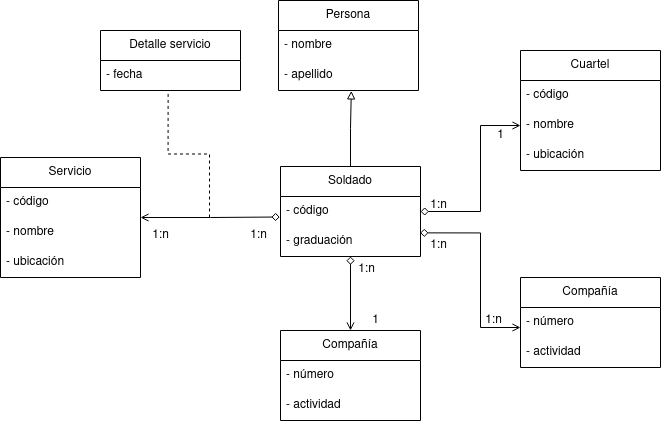
colidom/ets keeps this draw.io diagram as Tema 5. Diagramas de clase/Tarea 3. Ministerio defensa/img/MinisterioDefensa.drawio.png. Above is the earlier version. Source tidied: cells renumbered, new cells last; positions are measured from the earlier drawing's top-left corner, leaving out a move shared by most shapes.
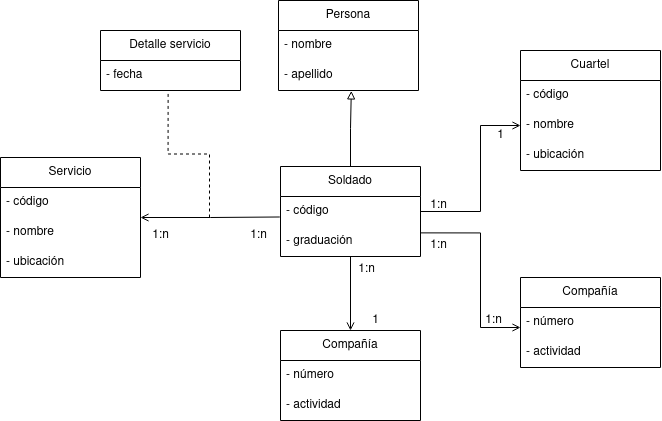
The same diagram one commit later.

The edit, as a diff of the source:
```diff
@@ -14,7 +14,7 @@
     <mxCell id="5" style="edgeStyle=orthogonalEdgeStyle;rounded=0;jettySize=auto;html=1;entryX=0.52;entryY=1.014;entryDx=0;entryDy=0;endArrow=block;endFill=0;startArrow=none;startFill=0;entryPerimeter=0;" parent="1" edge="1" source="8" target="4">
       <mxGeometry relative="1" as="geometry" />
     </mxCell>
-    <mxCell id="6" style="edgeStyle=orthogonalEdgeStyle;rounded=0;jettySize=auto;html=1;startArrow=diamond;startFill=0;endArrow=open;endFill=0;entryX=0;entryY=0.667;entryDx=0;entryDy=0;entryPerimeter=0;exitX=0.997;exitY=0.213;exitDx=0;exitDy=0;exitPerimeter=0;" parent="1" edge="1" source="10" target="16">
+    <mxCell id="6" style="edgeStyle=orthogonalEdgeStyle;rounded=0;jettySize=auto;html=1;startArrow=none;startFill=0;endArrow=open;endFill=0;entryX=0;entryY=0.667;entryDx=0;entryDy=0;entryPerimeter=0;exitX=0.997;exitY=0.213;exitDx=0;exitDy=0;exitPerimeter=0;" parent="1" edge="1" source="10" target="16">
       <mxGeometry relative="1" as="geometry">
         <Array as="points">
           <mxPoint x="480" y="232" />
@@ -22,7 +22,7 @@
         </Array>
       </mxGeometry>
     </mxCell>
-    <mxCell id="7" style="edgeStyle=orthogonalEdgeStyle;rounded=0;jettySize=auto;html=1;startArrow=diamond;startFill=0;endArrow=open;endFill=0;entryX=0;entryY=0.5;entryDx=0;entryDy=0;exitX=1;exitY=0.5;exitDx=0;exitDy=0;" parent="1" edge="1" source="9" target="13">
+    <mxCell id="7" style="edgeStyle=orthogonalEdgeStyle;rounded=0;jettySize=auto;html=1;startArrow=none;startFill=0;endArrow=open;endFill=0;entryX=0;entryY=0.5;entryDx=0;entryDy=0;exitX=1;exitY=0.5;exitDx=0;exitDy=0;" parent="1" edge="1" source="9" target="13">
       <mxGeometry relative="1" as="geometry">
         <Array as="points">
           <mxPoint x="480" y="211" />
@@ -60,7 +60,7 @@
     <mxCell id="17" value="&lt;div&gt;- actividad&lt;/div&gt;" style="text;strokeColor=none;fillColor=none;align=left;verticalAlign=middle;spacingLeft=4;spacingRight=4;overflow=hidden;whiteSpace=wrap;html=1;" parent="15" vertex="1">
       <mxGeometry y="60" width="140" height="30" as="geometry" />
     </mxCell>
-    <mxCell id="18" style="edgeStyle=orthogonalEdgeStyle;rounded=0;jettySize=auto;html=1;startArrow=open;startFill=0;endArrow=diamond;endFill=0;entryX=-0.005;entryY=0.683;entryDx=0;entryDy=0;entryPerimeter=0;" parent="1" edge="1" source="19" target="9">
+    <mxCell id="18" style="edgeStyle=orthogonalEdgeStyle;rounded=0;jettySize=auto;html=1;startArrow=open;startFill=0;endArrow=none;endFill=0;entryX=-0.005;entryY=0.683;entryDx=0;entryDy=0;entryPerimeter=0;" parent="1" edge="1" source="19" target="9">
       <mxGeometry relative="1" as="geometry" />
     </mxCell>
     <mxCell id="19" value="Servicio" style="swimlane;fontStyle=0;horizontal=1;startSize=30;whiteSpace=wrap;html=1;" parent="1" vertex="1">
@@ -84,7 +84,7 @@
     <mxCell id="25" value="&lt;div&gt;- actividad&lt;/div&gt;" style="text;strokeColor=none;fillColor=none;align=left;verticalAlign=middle;spacingLeft=4;spacingRight=4;overflow=hidden;whiteSpace=wrap;html=1;" parent="23" vertex="1">
       <mxGeometry y="60" width="140" height="30" as="geometry" />
     </mxCell>
-    <mxCell id="26" style="endArrow=diamond;html=1;rounded=0;entryX=0.5;entryY=1;entryDx=0;entryDy=0;exitX=0.5;exitY=0;exitDx=0;exitDy=0;endFill=0;startArrow=open;startFill=0;" parent="1" edge="1" source="23" target="8">
+    <mxCell id="26" style="endArrow=none;html=1;rounded=0;entryX=0.5;entryY=1;entryDx=0;entryDy=0;exitX=0.5;exitY=0;exitDx=0;exitDy=0;endFill=0;startArrow=open;startFill=0;" parent="1" edge="1" source="23" target="8">
       <mxGeometry relative="1" as="geometry" />
     </mxCell>
     <mxCell id="27" value="Detalle servicio" style="swimlane;fontStyle=0;horizontal=1;startSize=30;whiteSpace=wrap;html=1;" parent="1" vertex="1">
```
